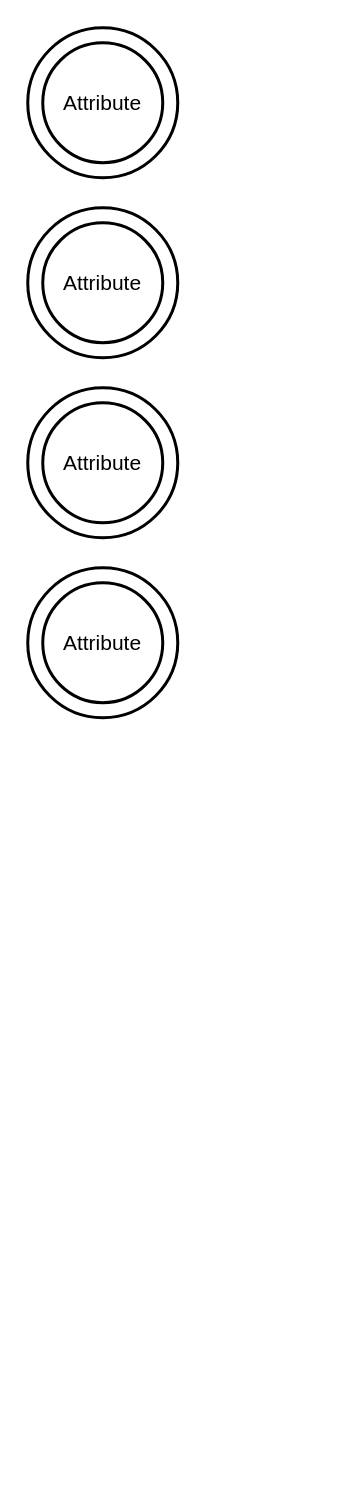
The draw.io diagram uml-demo-1/demo1.drawio in xxxlostxxx/uml, before the edit. Source tidied: cells renumbered, new cells numbered last; positions are measured from the earlier drawing's top-left corner, leaving out a move shared by most shapes. Both pictures are drawn from the tidied source at 150%, with x=0, y=0 at pixel (27, 27).
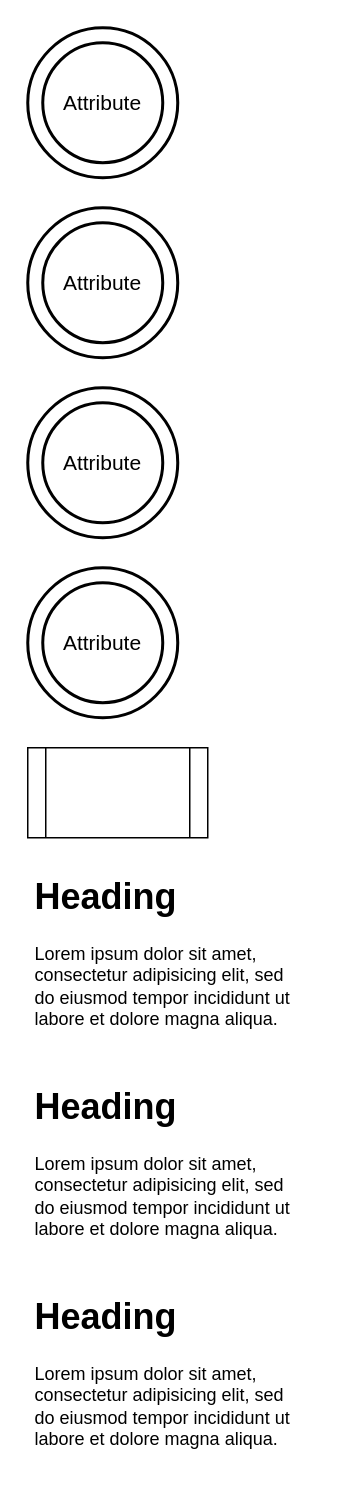
After the change.

What changed in the source:
```diff
@@
 <mxGraphModel>
   <root>
     <mxCell id="0" />
     <mxCell id="1" parent="0" />
     <mxCell id="2" value="Attribute" style="ellipse;shape=doubleEllipse;margin=10;strokeWidth=2;fontSize=14;whiteSpace=wrap;html=1;align=center;" parent="1" vertex="1">
       <mxGeometry width="100" height="100" as="geometry" />
     </mxCell>
     <mxCell id="3" value="Attribute" style="ellipse;shape=doubleEllipse;margin=10;strokeWidth=2;fontSize=14;whiteSpace=wrap;html=1;align=center;" parent="1" vertex="1">
       <mxGeometry y="120" width="100" height="100" as="geometry" />
     </mxCell>
     <mxCell id="4" value="Attribute" style="ellipse;shape=doubleEllipse;margin=10;strokeWidth=2;fontSize=14;whiteSpace=wrap;html=1;align=center;" parent="1" vertex="1">
       <mxGeometry y="240" width="100" height="100" as="geometry" />
     </mxCell>
     <mxCell id="5" value="Attribute" style="ellipse;shape=doubleEllipse;margin=10;strokeWidth=2;fontSize=14;whiteSpace=wrap;html=1;align=center;" parent="1" vertex="1">
       <mxGeometry y="360" width="100" height="100" as="geometry" />
     </mxCell>
+    <mxCell id="6" style="shape=process;whiteSpace=wrap;html=1;backgroundOutline=1;" parent="1" vertex="1">
+      <mxGeometry y="480" width="120" height="60" as="geometry" />
+    </mxCell>
+    <mxCell id="7" value="&lt;h1&gt;Heading&lt;/h1&gt;&lt;p&gt;Lorem ipsum dolor sit amet, consectetur adipisicing elit, sed do eiusmod tempor incididunt ut labore et dolore magna aliqua.&lt;/p&gt;" style="text;html=1;strokeColor=none;fillColor=none;spacing=5;spacingTop=-20;whiteSpace=wrap;overflow=hidden;rounded=0;" parent="1" vertex="1">
+      <mxGeometry y="560" width="190" height="120" as="geometry" />
+    </mxCell>
+    <mxCell id="8" value="&lt;h1&gt;Heading&lt;/h1&gt;&lt;p&gt;Lorem ipsum dolor sit amet, consectetur adipisicing elit, sed do eiusmod tempor incididunt ut labore et dolore magna aliqua.&lt;/p&gt;" style="text;html=1;strokeColor=none;fillColor=none;spacing=5;spacingTop=-20;whiteSpace=wrap;overflow=hidden;rounded=0;" parent="1" vertex="1">
+      <mxGeometry y="700" width="190" height="120" as="geometry" />
+    </mxCell>
+    <mxCell id="9" value="&lt;h1&gt;Heading&lt;/h1&gt;&lt;p&gt;Lorem ipsum dolor sit amet, consectetur adipisicing elit, sed do eiusmod tempor incididunt ut labore et dolore magna aliqua.&lt;/p&gt;" style="text;html=1;strokeColor=none;fillColor=none;spacing=5;spacingTop=-20;whiteSpace=wrap;overflow=hidden;rounded=0;" parent="1" vertex="1">
+      <mxGeometry y="840" width="190" height="120" as="geometry" />
+    </mxCell>
   </root>
 </mxGraphModel>
```
